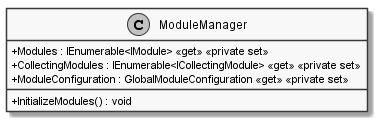
insightmind/MORR keeps this PlantUML diagram as documents/sd/resources/Classes/Core/MORR/ModuleManager.png. Above is the earlier version.
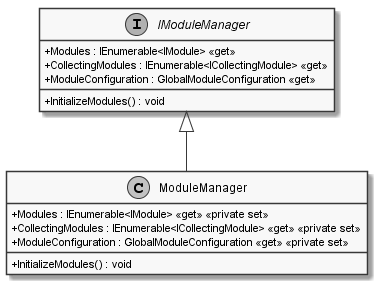
After the change.

What changed in the source:
```diff
@@ -9,4 +9,12 @@
     + InitializeModules() : void
 }
 
+interface IModuleManager {
+    + Modules : IEnumerable<IModule> <<get>>
+    + CollectingModules : IEnumerable<ICollectingModule> <<get>>
+    + ModuleConfiguration : GlobalModuleConfiguration <<get>>
+    + InitializeModules() : void
+}
+
+IModuleManager <|-- ModuleManager
 @enduml
```
